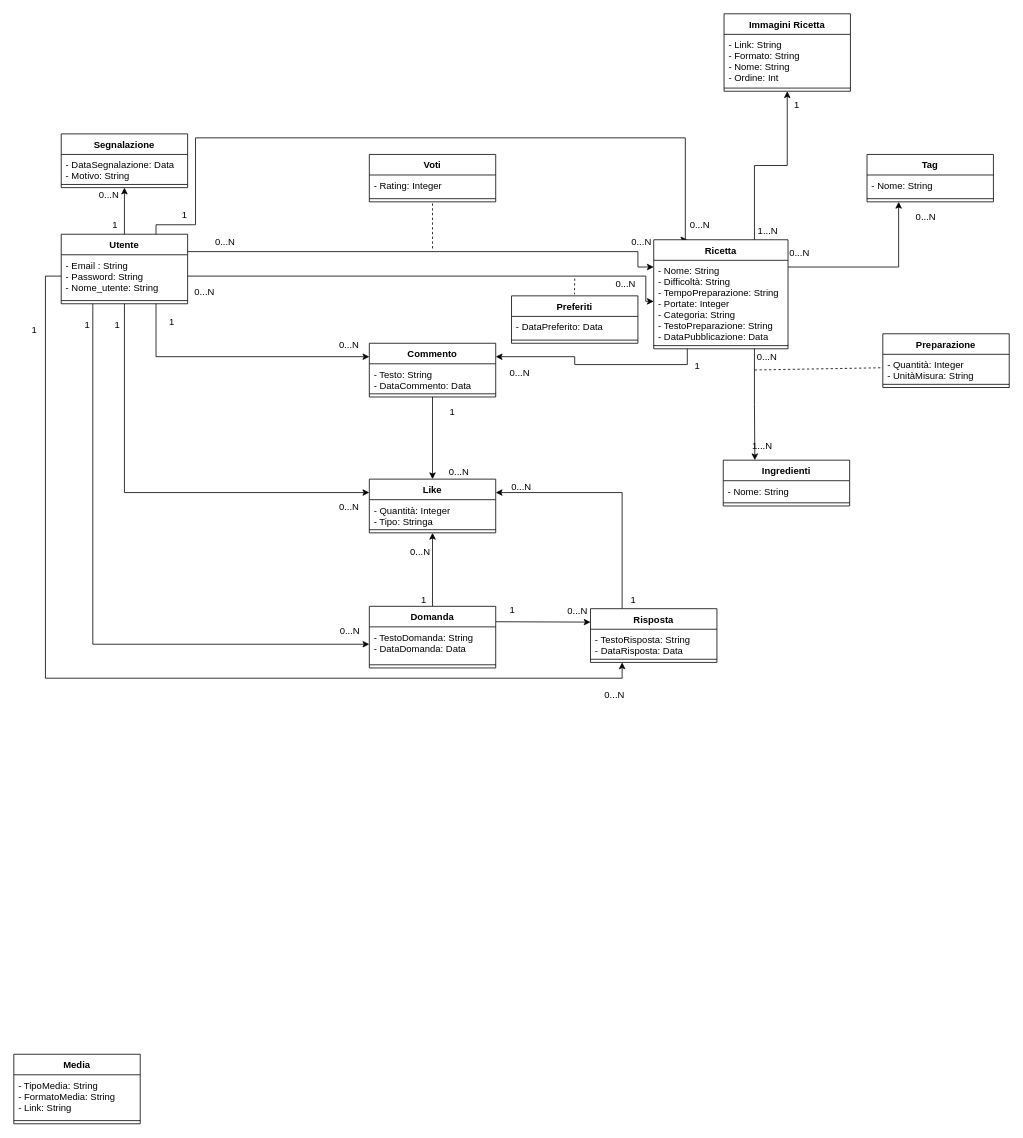
SimoneG97/ApplicazioniPerDispositiviMobili keeps this draw.io diagram as Documentazione/File .drawio/Class Diagram.drawio. Above is the earlier version. Source tidied: cells renumbered, new cells numbered last; positions are measured from the earlier drawing's top-left corner, leaving out a move shared by most shapes. Both pictures are drawn from the tidied source at 79%, with x=0, y=0 at pixel (13, 13).
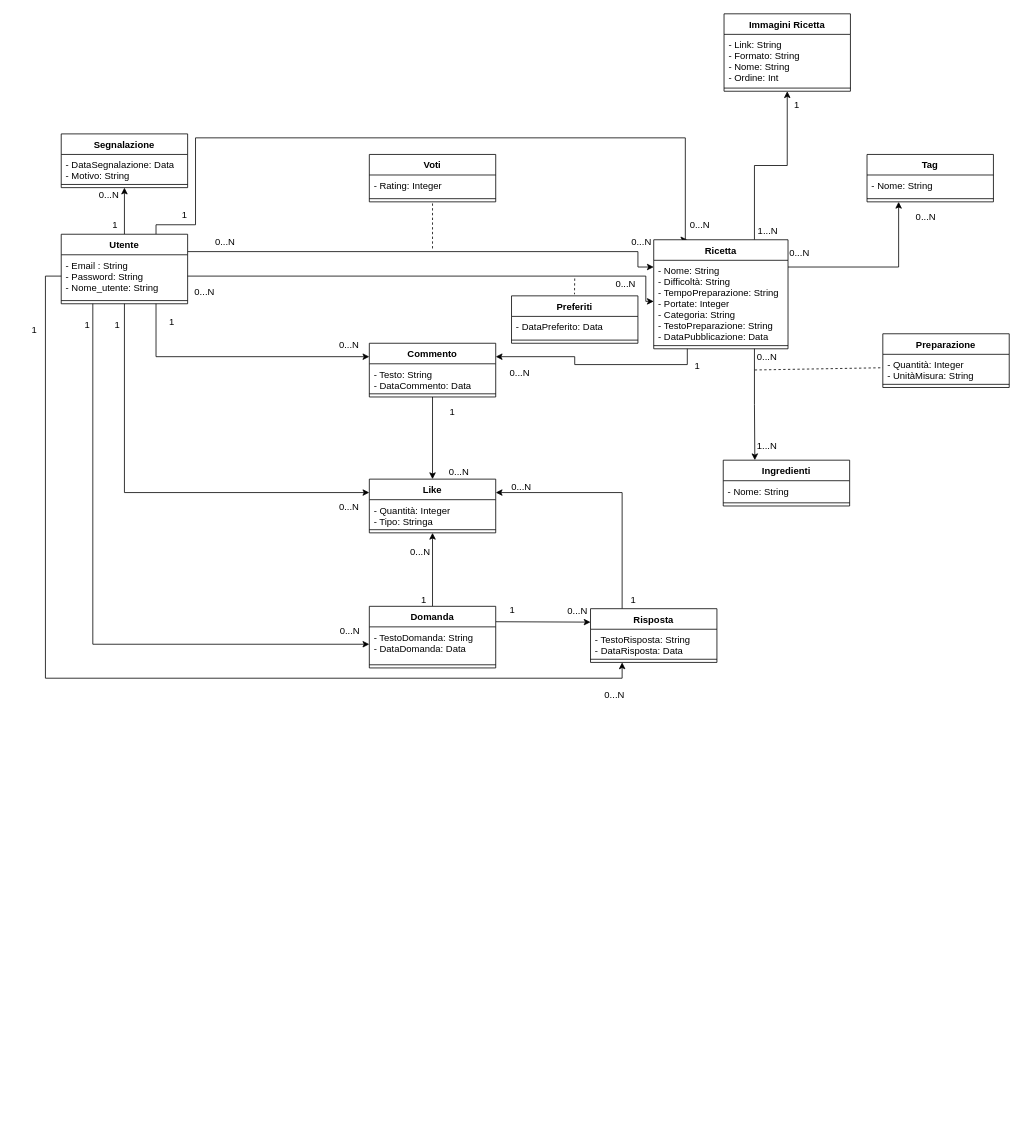
Above is the later version.

Change to the diagram source:
```diff
@@
-    <mxCell id="49" value="Media" style="swimlane;fontStyle=1;align=center;verticalAlign=top;horizontal=1;startSize=26;" parent="1" vertex="1">
-      <mxGeometry y="1317" width="160" height="88" as="geometry" />
-    </mxCell>
-    <mxCell id="50" value="- TipoMedia: String&#10;- FormatoMedia: String&#10;- Link: String&#10;" style="text;strokeColor=none;fillColor=none;align=left;verticalAlign=top;spacingLeft=4;spacingRight=4;overflow=hidden;" parent="49" vertex="1">
-      <mxGeometry y="26" width="160" height="54" as="geometry" />
-    </mxCell>
-    <mxCell id="51" style="line;strokeWidth=1;fillColor=none;align=left;verticalAlign=middle;spacingTop=-1;spacingLeft=3;spacingRight=3;labelPosition=right;" parent="49" vertex="1">
-      <mxGeometry y="80" width="160" height="8" as="geometry" />
-    </mxCell>
@@
     <mxCell id="69" value="1...N" style="text;html=1;align=left;verticalAlign=top;spacingTop=-4;" parent="1" vertex="1">
-      <mxGeometry x="933" y="537" width="40" height="20" as="geometry" />
+      <mxGeometry x="939" y="537" width="40" height="20" as="geometry" />
     </mxCell>
```
